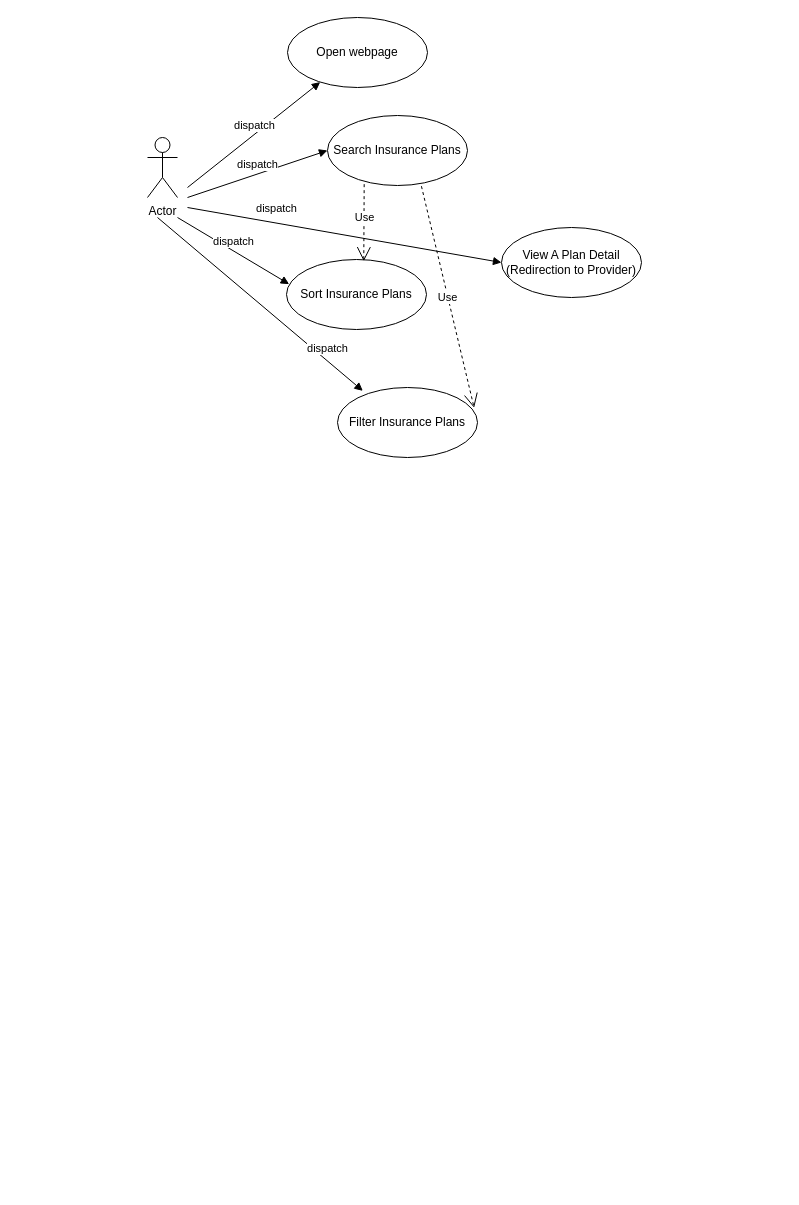
The draw.io diagram page "Page-2" (2 of 2) of src/main/resources/guineapig_insurance_domain.drawio in subhachat/CodeKata, before the edit. Source tidied: cells renumbered, new cells numbered last; positions are measured from the earlier drawing's top-left corner, leaving out a move shared by most shapes. Both pictures are drawn from the tidied source at 100%, with x=0, y=0 at pixel (147, 17).
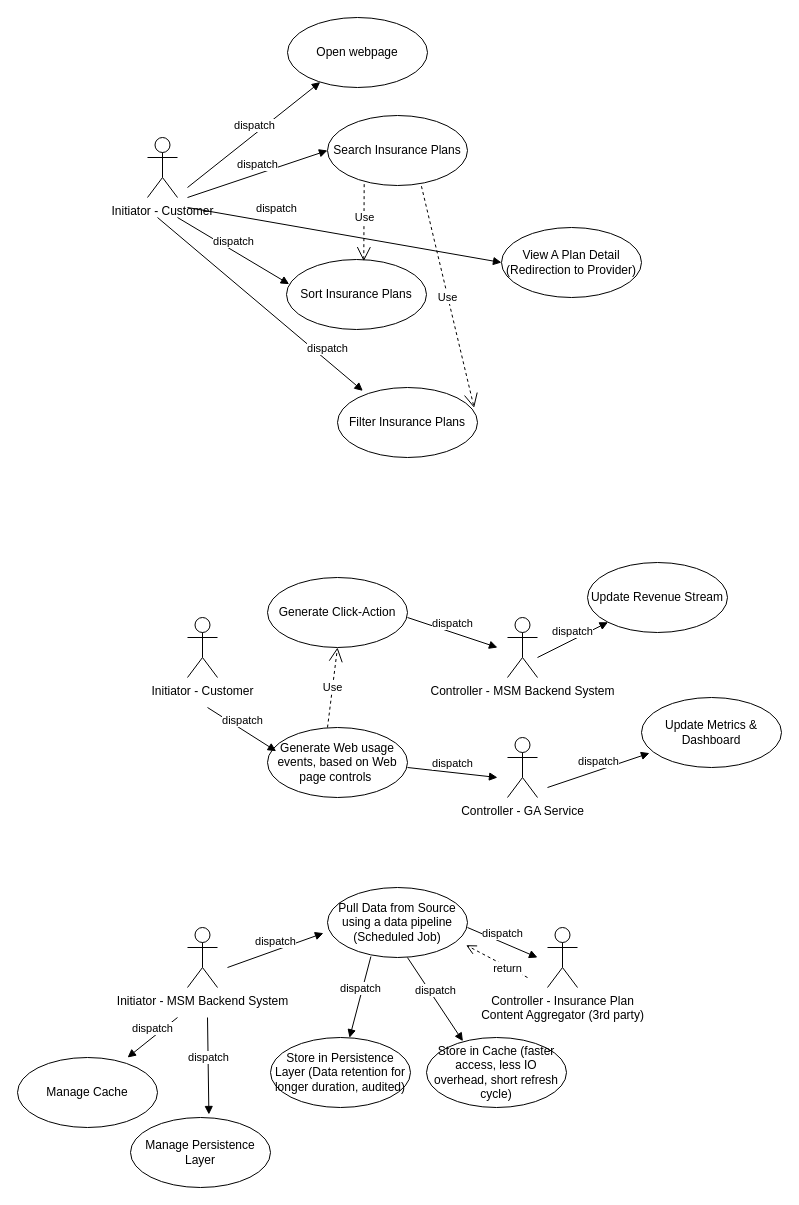
The same diagram, later.

The edit, as a diff of the source:
```diff
@@
-    <mxCell id="2" value="Actor" style="shape=umlActor;verticalLabelPosition=bottom;verticalAlign=top;html=1;strokeColor=#000000;fontColor=#000000;" parent="1" vertex="1">
+    <mxCell id="2" value="Initiator - Customer" style="shape=umlActor;verticalLabelPosition=bottom;verticalAlign=top;html=1;strokeColor=#000000;fontColor=#000000;" parent="1" vertex="1">
       <mxGeometry y="120" width="30" height="60" as="geometry" />
     </mxCell>
@@
+    <mxCell id="15" value="Initiator - Customer" style="shape=umlActor;verticalLabelPosition=bottom;verticalAlign=top;html=1;strokeColor=#000000;fontColor=#000000;" parent="1" vertex="1">
+      <mxGeometry x="40" y="600" width="30" height="60" as="geometry" />
+    </mxCell>
+    <mxCell id="16" value="Controller - MSM Backend System" style="shape=umlActor;verticalLabelPosition=bottom;verticalAlign=top;html=1;strokeColor=#000000;fontColor=#000000;" parent="1" vertex="1">
+      <mxGeometry x="360" y="600" width="30" height="60" as="geometry" />
+    </mxCell>
+    <mxCell id="17" value="Generate Click-Action" style="ellipse;whiteSpace=wrap;html=1;strokeColor=#000000;fontColor=#000000;" parent="1" vertex="1">
+      <mxGeometry x="120" y="560" width="140" height="70" as="geometry" />
+    </mxCell>
+    <mxCell id="18" value="Generate Web usage events, based on Web page controls&amp;nbsp;" style="ellipse;whiteSpace=wrap;html=1;strokeColor=#000000;fontColor=#000000;" parent="1" vertex="1">
+      <mxGeometry x="120" y="710" width="140" height="70" as="geometry" />
+    </mxCell>
+    <mxCell id="19" value="dispatch" style="html=1;verticalAlign=bottom;endArrow=block;fontColor=#000000;entryX=0.062;entryY=0.338;entryDx=0;entryDy=0;entryPerimeter=0;" parent="1" edge="1" target="18">
+      <mxGeometry relative="1" as="geometry">
+        <mxPoint x="60" y="690" as="sourcePoint" />
+      </mxGeometry>
+    </mxCell>
+    <mxCell id="20" value="Controller - GA Service" style="shape=umlActor;verticalLabelPosition=bottom;verticalAlign=top;html=1;strokeColor=#000000;fontColor=#000000;" parent="1" vertex="1">
+      <mxGeometry x="360" y="720" width="30" height="60" as="geometry" />
+    </mxCell>
+    <mxCell id="21" value="Use" style="endArrow=open;endSize=12;dashed=1;html=1;fontColor=#000000;entryX=0.5;entryY=1;entryDx=0;entryDy=0;" parent="1" edge="1" target="17">
+      <mxGeometry relative="1" as="geometry">
+        <mxPoint x="180" y="710" as="sourcePoint" />
+      </mxGeometry>
+    </mxCell>
+    <mxCell id="22" value="dispatch" style="html=1;verticalAlign=bottom;endArrow=block;fontColor=#000000;" parent="1" edge="1">
+      <mxGeometry relative="1" as="geometry">
+        <mxPoint x="260" y="750" as="sourcePoint" />
+        <mxPoint x="350" y="760" as="targetPoint" />
+      </mxGeometry>
+    </mxCell>
+    <mxCell id="23" value="dispatch" style="html=1;verticalAlign=bottom;endArrow=block;fontColor=#000000;" parent="1" edge="1">
+      <mxGeometry relative="1" as="geometry">
+        <mxPoint x="260" y="600" as="sourcePoint" />
+        <mxPoint x="350" y="630" as="targetPoint" />
+      </mxGeometry>
+    </mxCell>
+    <mxCell id="24" value="Update Revenue Stream" style="ellipse;whiteSpace=wrap;html=1;strokeColor=#000000;fontColor=#000000;" parent="1" vertex="1">
+      <mxGeometry x="440" y="545" width="140" height="70" as="geometry" />
+    </mxCell>
+    <mxCell id="25" value="dispatch" style="html=1;verticalAlign=bottom;endArrow=block;fontColor=#000000;entryX=0;entryY=1;entryDx=0;entryDy=0;" parent="1" edge="1" target="24">
+      <mxGeometry relative="1" as="geometry">
+        <mxPoint x="390" y="640" as="sourcePoint" />
+      </mxGeometry>
+    </mxCell>
+    <mxCell id="26" value="Initiator - MSM Backend System" style="shape=umlActor;verticalLabelPosition=bottom;verticalAlign=top;html=1;strokeColor=#000000;fontColor=#000000;" parent="1" vertex="1">
+      <mxGeometry x="40" y="910" width="30" height="60" as="geometry" />
+    </mxCell>
+    <mxCell id="27" value="Controller - Insurance Plan &lt;br&gt;Content Aggregator (3rd party)" style="shape=umlActor;verticalLabelPosition=bottom;verticalAlign=top;html=1;strokeColor=#000000;fontColor=#000000;" parent="1" vertex="1">
+      <mxGeometry x="400" y="910" width="30" height="60" as="geometry" />
+    </mxCell>
+    <mxCell id="28" value="Pull Data from Source using a data pipeline&lt;br&gt;(Scheduled Job)" style="ellipse;whiteSpace=wrap;html=1;strokeColor=#000000;fontColor=#000000;" parent="1" vertex="1">
+      <mxGeometry x="180" y="870" width="140" height="70" as="geometry" />
+    </mxCell>
+    <mxCell id="29" value="dispatch" style="html=1;verticalAlign=bottom;endArrow=block;fontColor=#000000;entryX=-0.029;entryY=0.652;entryDx=0;entryDy=0;entryPerimeter=0;" parent="1" edge="1" target="28">
+      <mxGeometry relative="1" as="geometry">
+        <mxPoint x="80" y="950" as="sourcePoint" />
+      </mxGeometry>
+    </mxCell>
+    <mxCell id="30" value="Update Metrics &amp;amp; Dashboard" style="ellipse;whiteSpace=wrap;html=1;strokeColor=#000000;fontColor=#000000;" parent="1" vertex="1">
+      <mxGeometry x="494" y="680" width="140" height="70" as="geometry" />
+    </mxCell>
+    <mxCell id="31" value="dispatch" style="html=1;verticalAlign=bottom;endArrow=block;fontColor=#000000;entryX=0.057;entryY=0.795;entryDx=0;entryDy=0;entryPerimeter=0;" parent="1" edge="1" target="30">
+      <mxGeometry relative="1" as="geometry">
+        <mxPoint x="400" y="770" as="sourcePoint" />
+      </mxGeometry>
+    </mxCell>
+    <mxCell id="32" value="dispatch" style="html=1;verticalAlign=bottom;endArrow=block;fontColor=#000000;" parent="1" edge="1">
+      <mxGeometry relative="1" as="geometry">
+        <mxPoint x="320" y="910" as="sourcePoint" />
+        <mxPoint x="390" y="940" as="targetPoint" />
+      </mxGeometry>
+    </mxCell>
+    <mxCell id="33" value="return" style="html=1;verticalAlign=bottom;endArrow=open;dashed=1;endSize=8;fontColor=#000000;entryX=0.99;entryY=0.824;entryDx=0;entryDy=0;entryPerimeter=0;" parent="1" edge="1" target="28">
+      <mxGeometry x="-0.49" y="9" relative="1" as="geometry">
+        <mxPoint x="380" y="960" as="sourcePoint" />
+      </mxGeometry>
+    </mxCell>
+    <mxCell id="34" value="Store in Cache (faster access, less IO overhead, short refresh cycle)" style="ellipse;whiteSpace=wrap;html=1;strokeColor=#000000;fontColor=#000000;" parent="1" vertex="1">
+      <mxGeometry x="279" y="1020" width="140" height="70" as="geometry" />
+    </mxCell>
+    <mxCell id="35" value="Store in Persistence Layer (Data retention for longer duration, audited)" style="ellipse;whiteSpace=wrap;html=1;strokeColor=#000000;fontColor=#000000;" parent="1" vertex="1">
+      <mxGeometry x="123" y="1020" width="140" height="70" as="geometry" />
+    </mxCell>
+    <mxCell id="36" value="dispatch" style="html=1;verticalAlign=bottom;endArrow=block;fontColor=#000000;exitX=0.31;exitY=0.986;exitDx=0;exitDy=0;exitPerimeter=0;" parent="1" edge="1" source="28" target="35">
+      <mxGeometry relative="1" as="geometry" />
+    </mxCell>
+    <mxCell id="37" value="dispatch" style="html=1;verticalAlign=bottom;endArrow=block;fontColor=#000000;exitX=0.571;exitY=1;exitDx=0;exitDy=0;exitPerimeter=0;entryX=0.26;entryY=0.052;entryDx=0;entryDy=0;entryPerimeter=0;" parent="1" edge="1" source="28" target="34">
+      <mxGeometry relative="1" as="geometry" />
+    </mxCell>
+    <mxCell id="38" value="Manage Persistence Layer" style="ellipse;whiteSpace=wrap;html=1;strokeColor=#000000;fontColor=#000000;" parent="1" vertex="1">
+      <mxGeometry x="-17" y="1100" width="140" height="70" as="geometry" />
+    </mxCell>
+    <mxCell id="39" value="Manage Cache" style="ellipse;whiteSpace=wrap;html=1;strokeColor=#000000;fontColor=#000000;" parent="1" vertex="1">
+      <mxGeometry x="-130" y="1040" width="140" height="70" as="geometry" />
+    </mxCell>
+    <mxCell id="40" value="dispatch" style="html=1;verticalAlign=bottom;endArrow=block;fontColor=#000000;entryX=0.56;entryY=-0.043;entryDx=0;entryDy=0;entryPerimeter=0;" parent="1" edge="1" target="38">
+      <mxGeometry relative="1" as="geometry">
+        <mxPoint x="60" y="1000" as="sourcePoint" />
+      </mxGeometry>
+    </mxCell>
+    <mxCell id="41" value="dispatch" style="html=1;verticalAlign=bottom;endArrow=block;fontColor=#000000;entryX=0.786;entryY=0;entryDx=0;entryDy=0;entryPerimeter=0;" parent="1" edge="1" target="39">
+      <mxGeometry relative="1" as="geometry">
+        <mxPoint x="30" y="1000" as="sourcePoint" />
+      </mxGeometry>
+    </mxCell>
```
